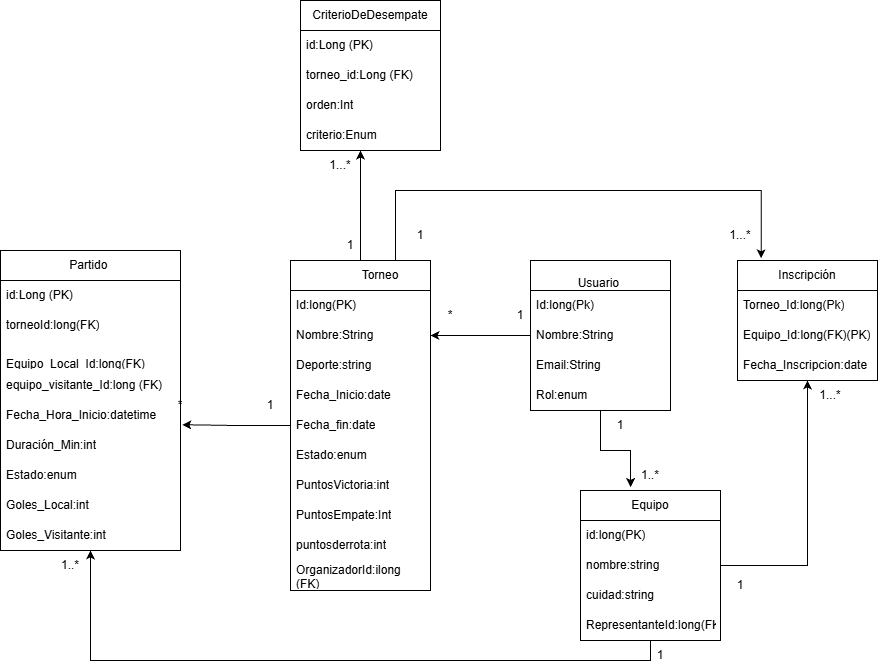
Above: docs/Modelo Relacional.drawio.png in ailist-cloud/Torneos_api (draw.io), before the change. Source tidied: cells renumbered, new cells last; positions are measured from the earlier drawing's top-left corner, leaving out a move shared by most shapes.
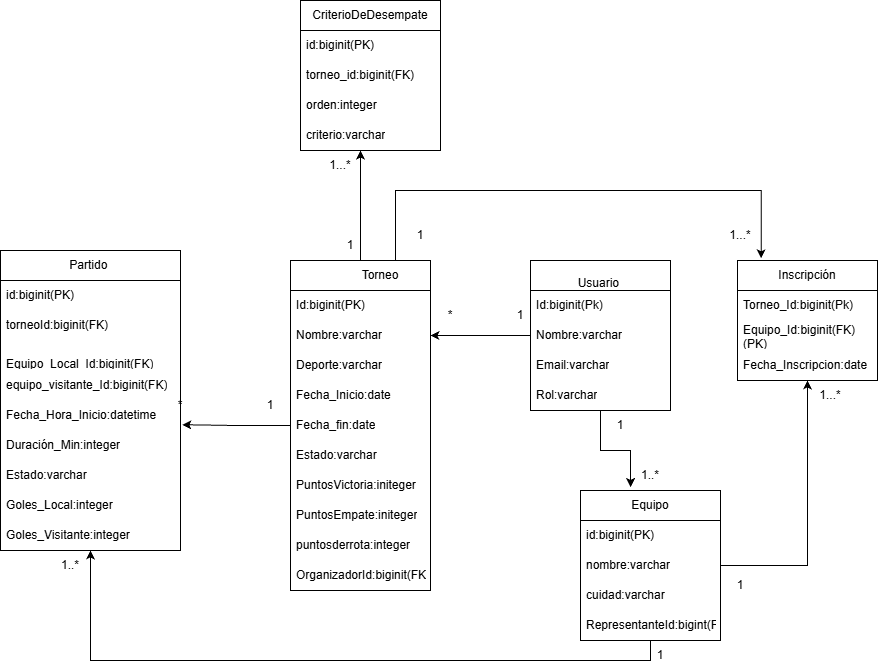
After the change.

Commit message:
guardar cambios pendientes

Diff of the diagram source:
```diff
@@ -8,16 +8,16 @@
     <mxCell id="3" value="&lt;br&gt;&lt;div&gt;Usuario&amp;nbsp;&lt;/div&gt;" style="swimlane;fontStyle=0;horizontal=1;startSize=30;whiteSpace=wrap;html=1;" parent="1" vertex="1">
       <mxGeometry x="530" y="260" width="140" height="150" as="geometry" />
     </mxCell>
-    <mxCell id="4" value="Id:long(Pk)" style="text;strokeColor=none;fillColor=none;align=left;verticalAlign=middle;spacingLeft=4;spacingRight=4;overflow=hidden;whiteSpace=wrap;html=1;" parent="3" vertex="1">
+    <mxCell id="4" value="Id:biginit(Pk)" style="text;strokeColor=none;fillColor=none;align=left;verticalAlign=middle;spacingLeft=4;spacingRight=4;overflow=hidden;whiteSpace=wrap;html=1;" parent="3" vertex="1">
       <mxGeometry y="30" width="140" height="30" as="geometry" />
     </mxCell>
-    <mxCell id="5" value="Nombre:String" style="text;strokeColor=none;fillColor=none;align=left;verticalAlign=middle;spacingLeft=4;spacingRight=4;overflow=hidden;points=[[0,0.5],[1,0.5]];portConstraint=eastwest;whiteSpace=wrap;html=1;" parent="3" vertex="1">
+    <mxCell id="5" value="Nombre:varchar" style="text;strokeColor=none;fillColor=none;align=left;verticalAlign=middle;spacingLeft=4;spacingRight=4;overflow=hidden;points=[[0,0.5],[1,0.5]];portConstraint=eastwest;whiteSpace=wrap;html=1;" parent="3" vertex="1">
       <mxGeometry y="60" width="140" height="30" as="geometry" />
     </mxCell>
-    <mxCell id="6" value="Email:String" style="text;strokeColor=none;fillColor=none;align=left;verticalAlign=middle;spacingLeft=4;spacingRight=4;overflow=hidden;whiteSpace=wrap;html=1;" parent="3" vertex="1">
+    <mxCell id="6" value="Email:varchar" style="text;strokeColor=none;fillColor=none;align=left;verticalAlign=middle;spacingLeft=4;spacingRight=4;overflow=hidden;whiteSpace=wrap;html=1;" parent="3" vertex="1">
       <mxGeometry y="90" width="140" height="30" as="geometry" />
     </mxCell>
-    <mxCell id="7" value="Rol:enum" style="text;strokeColor=none;fillColor=none;align=left;verticalAlign=middle;spacingLeft=4;spacingRight=4;overflow=hidden;whiteSpace=wrap;html=1;" parent="3" vertex="1">
+    <mxCell id="7" value="Rol:varchar" style="text;strokeColor=none;fillColor=none;align=left;verticalAlign=middle;spacingLeft=4;spacingRight=4;overflow=hidden;whiteSpace=wrap;html=1;" parent="3" vertex="1">
       <mxGeometry y="120" width="140" height="30" as="geometry" />
     </mxCell>
     <mxCell id="8" style="edgeStyle=orthogonalEdgeStyle;rounded=0;jettySize=auto;html=1;exitX=0.75;exitY=0;exitDx=0;exitDy=0;entryX=0.169;entryY=-0.018;entryDx=0;entryDy=0;entryPerimeter=0;" parent="1" edge="1" source="9" target="36">
@@ -31,13 +31,13 @@
     <mxCell id="9" value="&lt;blockquote style=&quot;margin: 0px 0px 0px 40px; border-width: medium; border-style: none; border-color: currentcolor; border-image: none; padding: 0px;&quot;&gt;Torneo&lt;/blockquote&gt;" style="swimlane;fontStyle=0;horizontal=1;startSize=30;whiteSpace=wrap;html=1;align=center;" parent="1" vertex="1">
       <mxGeometry x="290" y="260" width="140" height="330" as="geometry" />
     </mxCell>
-    <mxCell id="10" value="Id:long(PK)" style="text;strokeColor=none;fillColor=none;align=left;verticalAlign=middle;spacingLeft=4;spacingRight=4;overflow=hidden;whiteSpace=wrap;html=1;" parent="9" vertex="1">
+    <mxCell id="10" value="Id:biginit(PK)" style="text;strokeColor=none;fillColor=none;align=left;verticalAlign=middle;spacingLeft=4;spacingRight=4;overflow=hidden;whiteSpace=wrap;html=1;" parent="9" vertex="1">
       <mxGeometry y="30" width="140" height="30" as="geometry" />
     </mxCell>
-    <mxCell id="11" value="Nombre:String&amp;nbsp;" style="text;strokeColor=none;fillColor=none;align=left;verticalAlign=middle;spacingLeft=4;spacingRight=4;overflow=hidden;points=[[0,0.5],[1,0.5]];portConstraint=eastwest;whiteSpace=wrap;html=1;" parent="9" vertex="1">
+    <mxCell id="11" value="Nombre:varchar" style="text;strokeColor=none;fillColor=none;align=left;verticalAlign=middle;spacingLeft=4;spacingRight=4;overflow=hidden;points=[[0,0.5],[1,0.5]];portConstraint=eastwest;whiteSpace=wrap;html=1;" parent="9" vertex="1">
       <mxGeometry y="60" width="140" height="30" as="geometry" />
     </mxCell>
-    <mxCell id="12" value="Deporte:string" style="text;strokeColor=none;fillColor=none;align=left;verticalAlign=middle;spacingLeft=4;spacingRight=4;overflow=hidden;whiteSpace=wrap;html=1;" parent="9" vertex="1">
+    <mxCell id="12" value="Deporte:varchar" style="text;strokeColor=none;fillColor=none;align=left;verticalAlign=middle;spacingLeft=4;spacingRight=4;overflow=hidden;whiteSpace=wrap;html=1;" parent="9" vertex="1">
       <mxGeometry y="90" width="140" height="30" as="geometry" />
     </mxCell>
     <mxCell id="13" value="Fecha_Inicio:date" style="text;strokeColor=none;fillColor=none;align=left;verticalAlign=middle;spacingLeft=4;spacingRight=4;overflow=hidden;whiteSpace=wrap;html=1;" parent="9" vertex="1">
@@ -46,19 +46,19 @@
     <mxCell id="14" value="Fecha_fin:date" style="text;strokeColor=none;fillColor=none;align=left;verticalAlign=middle;spacingLeft=4;spacingRight=4;overflow=hidden;points=[[0,0.5],[1,0.5]];portConstraint=eastwest;whiteSpace=wrap;html=1;" parent="9" vertex="1">
       <mxGeometry y="150" width="140" height="30" as="geometry" />
     </mxCell>
-    <mxCell id="15" value="Estado:enum" style="text;strokeColor=none;fillColor=none;align=left;verticalAlign=middle;spacingLeft=4;spacingRight=4;overflow=hidden;whiteSpace=wrap;html=1;" parent="9" vertex="1">
+    <mxCell id="15" value="Estado:varchar" style="text;strokeColor=none;fillColor=none;align=left;verticalAlign=middle;spacingLeft=4;spacingRight=4;overflow=hidden;whiteSpace=wrap;html=1;" parent="9" vertex="1">
       <mxGeometry y="180" width="140" height="30" as="geometry" />
     </mxCell>
-    <mxCell id="16" value="PuntosVictoria:int" style="text;strokeColor=none;fillColor=none;align=left;verticalAlign=middle;spacingLeft=4;spacingRight=4;overflow=hidden;whiteSpace=wrap;html=1;" parent="9" vertex="1">
+    <mxCell id="16" value="PuntosVictoria:initeger" style="text;strokeColor=none;fillColor=none;align=left;verticalAlign=middle;spacingLeft=4;spacingRight=4;overflow=hidden;whiteSpace=wrap;html=1;" parent="9" vertex="1">
       <mxGeometry y="210" width="140" height="30" as="geometry" />
     </mxCell>
-    <mxCell id="17" value="PuntosEmpate:Int" style="text;strokeColor=none;fillColor=none;align=left;verticalAlign=middle;spacingLeft=4;spacingRight=4;overflow=hidden;whiteSpace=wrap;html=1;" parent="9" vertex="1">
+    <mxCell id="17" value="PuntosEmpate:initeger" style="text;strokeColor=none;fillColor=none;align=left;verticalAlign=middle;spacingLeft=4;spacingRight=4;overflow=hidden;whiteSpace=wrap;html=1;" parent="9" vertex="1">
       <mxGeometry y="240" width="140" height="30" as="geometry" />
     </mxCell>
-    <mxCell id="18" value="puntosderrota:int" style="text;strokeColor=none;fillColor=none;align=left;verticalAlign=middle;spacingLeft=4;spacingRight=4;overflow=hidden;whiteSpace=wrap;html=1;" parent="9" vertex="1">
+    <mxCell id="18" value="puntosderrota:integer" style="text;strokeColor=none;fillColor=none;align=left;verticalAlign=middle;spacingLeft=4;spacingRight=4;overflow=hidden;whiteSpace=wrap;html=1;" parent="9" vertex="1">
       <mxGeometry y="270" width="140" height="30" as="geometry" />
     </mxCell>
-    <mxCell id="19" value="OrganizadorId:ilong (FK)" style="text;strokeColor=none;fillColor=none;align=left;verticalAlign=middle;spacingLeft=4;spacingRight=4;overflow=hidden;whiteSpace=wrap;html=1;" parent="9" vertex="1">
+    <mxCell id="19" value="OrganizadorId:biginit(FK)" style="text;strokeColor=none;fillColor=none;align=left;verticalAlign=middle;spacingLeft=4;spacingRight=4;overflow=hidden;whiteSpace=wrap;html=1;" parent="9" vertex="1">
       <mxGeometry y="300" width="140" height="30" as="geometry" />
     </mxCell>
     <mxCell id="20" style="edgeStyle=orthogonalEdgeStyle;rounded=0;jettySize=auto;html=1;exitX=0.5;exitY=1;exitDx=0;exitDy=0;" parent="1" edge="1" source="21" target="35">
@@ -72,55 +72,55 @@
     <mxCell id="21" value="Equipo" style="swimlane;fontStyle=0;horizontal=1;startSize=30;whiteSpace=wrap;html=1;" parent="1" vertex="1">
       <mxGeometry x="580" y="490" width="140" height="150" as="geometry" />
     </mxCell>
-    <mxCell id="22" value="id:long(PK)" style="text;strokeColor=none;fillColor=none;align=left;verticalAlign=middle;spacingLeft=4;spacingRight=4;overflow=hidden;whiteSpace=wrap;html=1;" parent="21" vertex="1">
+    <mxCell id="22" value="id:biginit(PK)" style="text;strokeColor=none;fillColor=none;align=left;verticalAlign=middle;spacingLeft=4;spacingRight=4;overflow=hidden;whiteSpace=wrap;html=1;" parent="21" vertex="1">
       <mxGeometry y="30" width="140" height="30" as="geometry" />
     </mxCell>
-    <mxCell id="23" value="nombre:string" style="text;strokeColor=none;fillColor=none;align=left;verticalAlign=middle;spacingLeft=4;spacingRight=4;overflow=hidden;points=[[0,0.5],[1,0.5]];portConstraint=eastwest;whiteSpace=wrap;html=1;" parent="21" vertex="1">
+    <mxCell id="23" value="nombre:varchar" style="text;strokeColor=none;fillColor=none;align=left;verticalAlign=middle;spacingLeft=4;spacingRight=4;overflow=hidden;points=[[0,0.5],[1,0.5]];portConstraint=eastwest;whiteSpace=wrap;html=1;" parent="21" vertex="1">
       <mxGeometry y="60" width="140" height="30" as="geometry" />
     </mxCell>
-    <mxCell id="24" value="cuidad:string" style="text;strokeColor=none;fillColor=none;align=left;verticalAlign=middle;spacingLeft=4;spacingRight=4;overflow=hidden;whiteSpace=wrap;html=1;" parent="21" vertex="1">
+    <mxCell id="24" value="cuidad:varchar" style="text;strokeColor=none;fillColor=none;align=left;verticalAlign=middle;spacingLeft=4;spacingRight=4;overflow=hidden;whiteSpace=wrap;html=1;" parent="21" vertex="1">
       <mxGeometry y="90" width="140" height="30" as="geometry" />
     </mxCell>
-    <mxCell id="25" value="RepresentanteId:long(FK)" style="text;strokeColor=none;fillColor=none;align=left;verticalAlign=middle;spacingLeft=4;spacingRight=4;overflow=hidden;whiteSpace=wrap;html=1;" parent="21" vertex="1">
+    <mxCell id="25" value="RepresentanteId:bigint(FK)" style="text;strokeColor=none;fillColor=none;align=left;verticalAlign=middle;spacingLeft=4;spacingRight=4;overflow=hidden;whiteSpace=wrap;html=1;" parent="21" vertex="1">
       <mxGeometry y="120" width="140" height="30" as="geometry" />
     </mxCell>
     <mxCell id="26" value="Partido&amp;nbsp;" style="swimlane;fontStyle=0;horizontal=1;startSize=30;whiteSpace=wrap;html=1;" parent="1" vertex="1">
       <mxGeometry y="250" width="180" height="300" as="geometry" />
     </mxCell>
-    <mxCell id="27" value="id:Long (PK)" style="text;strokeColor=none;fillColor=none;align=left;verticalAlign=middle;spacingLeft=4;spacingRight=4;overflow=hidden;whiteSpace=wrap;html=1;" parent="26" vertex="1">
+    <mxCell id="27" value="id:biginit(PK)" style="text;strokeColor=none;fillColor=none;align=left;verticalAlign=middle;spacingLeft=4;spacingRight=4;overflow=hidden;whiteSpace=wrap;html=1;" parent="26" vertex="1">
       <mxGeometry y="30" width="180" height="30" as="geometry" />
     </mxCell>
-    <mxCell id="28" value="torneoId:long(FK)" style="text;strokeColor=none;fillColor=none;align=left;verticalAlign=middle;spacingLeft=4;spacingRight=4;overflow=hidden;whiteSpace=wrap;html=1;" parent="26" vertex="1">
+    <mxCell id="28" value="torneoId:biginit(FK)" style="text;strokeColor=none;fillColor=none;align=left;verticalAlign=middle;spacingLeft=4;spacingRight=4;overflow=hidden;whiteSpace=wrap;html=1;" parent="26" vertex="1">
       <mxGeometry y="60" width="180" height="30" as="geometry" />
     </mxCell>
-    <mxCell id="29" value="&lt;br&gt;&lt;div&gt;Equipo_Local_Id:long(FK)&lt;/div&gt;" style="text;strokeColor=none;fillColor=none;align=left;verticalAlign=middle;spacingLeft=4;spacingRight=4;overflow=hidden;whiteSpace=wrap;html=1;" parent="26" vertex="1">
+    <mxCell id="29" value="&lt;br&gt;&lt;div&gt;Equipo_Local_Id:biginit(FK)&lt;/div&gt;" style="text;strokeColor=none;fillColor=none;align=left;verticalAlign=middle;spacingLeft=4;spacingRight=4;overflow=hidden;whiteSpace=wrap;html=1;" parent="26" vertex="1">
       <mxGeometry y="90" width="180" height="30" as="geometry" />
     </mxCell>
-    <mxCell id="30" value="equipo_visitante_Id:long (FK)" style="text;strokeColor=none;fillColor=none;align=left;verticalAlign=middle;spacingLeft=4;spacingRight=4;overflow=hidden;whiteSpace=wrap;html=1;" parent="26" vertex="1">
+    <mxCell id="30" value="equipo_visitante_Id:biginit(FK)" style="text;strokeColor=none;fillColor=none;align=left;verticalAlign=middle;spacingLeft=4;spacingRight=4;overflow=hidden;whiteSpace=wrap;html=1;" parent="26" vertex="1">
       <mxGeometry y="120" width="180" height="30" as="geometry" />
     </mxCell>
     <mxCell id="31" value="Fecha_Hora_Inicio:datetime" style="text;strokeColor=none;fillColor=none;align=left;verticalAlign=middle;spacingLeft=4;spacingRight=4;overflow=hidden;points=[[0,0.5],[1,0.5]];portConstraint=eastwest;whiteSpace=wrap;html=1;" parent="26" vertex="1">
       <mxGeometry y="150" width="180" height="30" as="geometry" />
     </mxCell>
-    <mxCell id="32" value="Duración_Min:int" style="text;strokeColor=none;fillColor=none;align=left;verticalAlign=middle;spacingLeft=4;spacingRight=4;overflow=hidden;whiteSpace=wrap;html=1;" parent="26" vertex="1">
+    <mxCell id="32" value="Duración_Min:integer" style="text;strokeColor=none;fillColor=none;align=left;verticalAlign=middle;spacingLeft=4;spacingRight=4;overflow=hidden;whiteSpace=wrap;html=1;" parent="26" vertex="1">
       <mxGeometry y="180" width="180" height="30" as="geometry" />
     </mxCell>
-    <mxCell id="33" value="Estado:enum" style="text;strokeColor=none;fillColor=none;align=left;verticalAlign=middle;spacingLeft=4;spacingRight=4;overflow=hidden;whiteSpace=wrap;html=1;" parent="26" vertex="1">
+    <mxCell id="33" value="Estado:varchar" style="text;strokeColor=none;fillColor=none;align=left;verticalAlign=middle;spacingLeft=4;spacingRight=4;overflow=hidden;whiteSpace=wrap;html=1;" parent="26" vertex="1">
       <mxGeometry y="210" width="180" height="30" as="geometry" />
     </mxCell>
-    <mxCell id="34" value="Goles_Local:int" style="text;strokeColor=none;fillColor=none;align=left;verticalAlign=middle;spacingLeft=4;spacingRight=4;overflow=hidden;whiteSpace=wrap;html=1;" parent="26" vertex="1">
+    <mxCell id="34" value="Goles_Local:integer" style="text;strokeColor=none;fillColor=none;align=left;verticalAlign=middle;spacingLeft=4;spacingRight=4;overflow=hidden;whiteSpace=wrap;html=1;" parent="26" vertex="1">
       <mxGeometry y="240" width="180" height="30" as="geometry" />
     </mxCell>
-    <mxCell id="35" value="Goles_Visitante:int" style="text;strokeColor=none;fillColor=none;align=left;verticalAlign=middle;spacingLeft=4;spacingRight=4;overflow=hidden;points=[[0,0.5],[1,0.5]];portConstraint=eastwest;whiteSpace=wrap;html=1;" parent="26" vertex="1">
+    <mxCell id="35" value="Goles_Visitante:integer" style="text;strokeColor=none;fillColor=none;align=left;verticalAlign=middle;spacingLeft=4;spacingRight=4;overflow=hidden;points=[[0,0.5],[1,0.5]];portConstraint=eastwest;whiteSpace=wrap;html=1;" parent="26" vertex="1">
       <mxGeometry y="270" width="180" height="30" as="geometry" />
     </mxCell>
     <mxCell id="36" value="Inscripción" style="swimlane;fontStyle=0;horizontal=1;startSize=30;whiteSpace=wrap;html=1;" parent="1" vertex="1">
       <mxGeometry x="737" y="260" width="140" height="120" as="geometry" />
     </mxCell>
-    <mxCell id="37" value="Torneo_Id:long(Pk)" style="text;strokeColor=none;fillColor=none;align=left;verticalAlign=middle;spacingLeft=4;spacingRight=4;overflow=hidden;whiteSpace=wrap;html=1;" parent="36" vertex="1">
+    <mxCell id="37" value="Torneo_Id:biginit(Pk)" style="text;strokeColor=none;fillColor=none;align=left;verticalAlign=middle;spacingLeft=4;spacingRight=4;overflow=hidden;whiteSpace=wrap;html=1;" parent="36" vertex="1">
       <mxGeometry y="30" width="140" height="30" as="geometry" />
     </mxCell>
-    <mxCell id="38" value="Equipo_Id:long(FK)(PK)" style="text;strokeColor=none;fillColor=none;align=left;verticalAlign=middle;spacingLeft=4;spacingRight=4;overflow=hidden;whiteSpace=wrap;html=1;" parent="36" vertex="1">
+    <mxCell id="38" value="Equipo_Id:biginit(FK)(PK)" style="text;strokeColor=none;fillColor=none;align=left;verticalAlign=middle;spacingLeft=4;spacingRight=4;overflow=hidden;whiteSpace=wrap;html=1;" parent="36" vertex="1">
       <mxGeometry y="60" width="140" height="30" as="geometry" />
     </mxCell>
     <mxCell id="39" value="Fecha_Inscripcion:date" style="text;strokeColor=none;fillColor=none;align=left;verticalAlign=middle;spacingLeft=4;spacingRight=4;overflow=hidden;whiteSpace=wrap;html=1;" parent="36" vertex="1">
@@ -162,16 +162,16 @@
     <mxCell id="51" value="CriterioDeDesempate" style="swimlane;fontStyle=0;horizontal=1;startSize=30;whiteSpace=wrap;html=1;" parent="1" vertex="1">
       <mxGeometry x="300" width="140" height="150" as="geometry" />
     </mxCell>
-    <mxCell id="52" value="id:Long (PK)" style="text;strokeColor=none;fillColor=none;align=left;verticalAlign=middle;spacingLeft=4;spacingRight=4;overflow=hidden;whiteSpace=wrap;html=1;" parent="51" vertex="1">
+    <mxCell id="52" value="id:biginit(PK)" style="text;strokeColor=none;fillColor=none;align=left;verticalAlign=middle;spacingLeft=4;spacingRight=4;overflow=hidden;whiteSpace=wrap;html=1;" parent="51" vertex="1">
       <mxGeometry y="30" width="140" height="30" as="geometry" />
     </mxCell>
-    <mxCell id="53" value="torneo_id:Long (FK)" style="text;strokeColor=none;fillColor=none;align=left;verticalAlign=middle;spacingLeft=4;spacingRight=4;overflow=hidden;whiteSpace=wrap;html=1;" parent="51" vertex="1">
+    <mxCell id="53" value="torneo_id:biginit(FK)" style="text;strokeColor=none;fillColor=none;align=left;verticalAlign=middle;spacingLeft=4;spacingRight=4;overflow=hidden;whiteSpace=wrap;html=1;" parent="51" vertex="1">
       <mxGeometry y="60" width="140" height="30" as="geometry" />
     </mxCell>
-    <mxCell id="54" value="orden:Int" style="text;strokeColor=none;fillColor=none;align=left;verticalAlign=middle;spacingLeft=4;spacingRight=4;overflow=hidden;whiteSpace=wrap;html=1;" parent="51" vertex="1">
+    <mxCell id="54" value="orden:integer" style="text;strokeColor=none;fillColor=none;align=left;verticalAlign=middle;spacingLeft=4;spacingRight=4;overflow=hidden;whiteSpace=wrap;html=1;" parent="51" vertex="1">
       <mxGeometry y="90" width="140" height="30" as="geometry" />
     </mxCell>
-    <mxCell id="55" value="criterio:Enum" style="text;strokeColor=none;fillColor=none;align=left;verticalAlign=middle;spacingLeft=4;spacingRight=4;overflow=hidden;points=[[0,0.5],[1,0.5]];portConstraint=eastwest;whiteSpace=wrap;html=1;" parent="51" vertex="1">
+    <mxCell id="55" value="criterio:varchar" style="text;strokeColor=none;fillColor=none;align=left;verticalAlign=middle;spacingLeft=4;spacingRight=4;overflow=hidden;points=[[0,0.5],[1,0.5]];portConstraint=eastwest;whiteSpace=wrap;html=1;" parent="51" vertex="1">
       <mxGeometry y="120" width="140" height="30" as="geometry" />
     </mxCell>
     <mxCell id="56" value="1" style="text;html=1;whiteSpace=wrap;strokeColor=none;fillColor=none;align=center;verticalAlign=middle;rounded=0;" parent="1" vertex="1">
```
